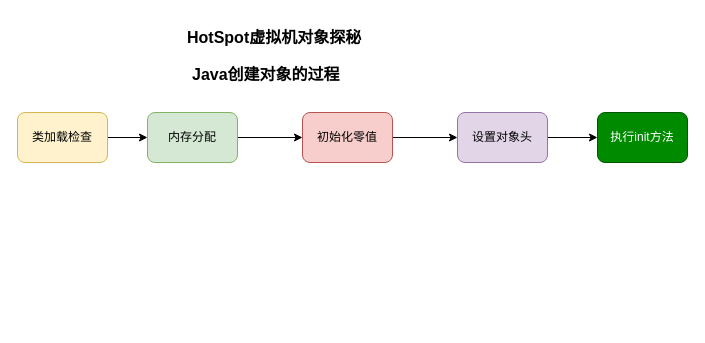
This is java中new对象的执行流程.drawio from keke0007/drawio, a draw.io file, before an edit. Source tidied: cells renumbered, new cells numbered last; positions are measured from the earlier drawing's top-left corner, leaving out a move shared by most shapes. Both pictures are drawn from the tidied source at 100%, with x=0, y=0 at pixel (17, 25).
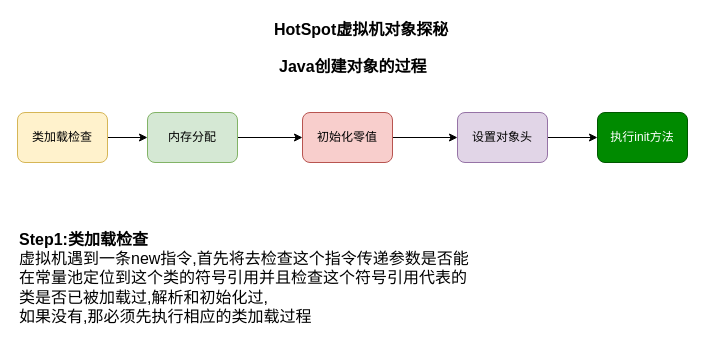
The same diagram, later.

Commit message (it also covers changes not shown here):
更新java中new对象的执行流程.drawio

Diff of the diagram source:
```diff
@@
 <mxGraphModel>
   <root>
     <mxCell id="0" />
     <mxCell id="1" parent="0" />
     <mxCell id="2" value="&lt;span style=&quot;font-size: 16px;&quot;&gt;HotSpot虚拟机对象探秘&lt;/span&gt;" style="text;html=1;align=left;verticalAlign=top;spacingTop=-4;fontStyle=1;fontSize=16;" parent="1" vertex="1">
-      <mxGeometry x="168" width="150" height="20" as="geometry" />
+      <mxGeometry x="255" y="-8.5" width="150" height="20" as="geometry" />
     </mxCell>
     <mxCell id="3" value="&lt;b style=&quot;font-size: 16px;&quot;&gt;Java创建对象的过程&lt;/b&gt;" style="text;html=1;align=left;verticalAlign=top;spacingTop=-4;fontSize=16;" parent="1" vertex="1">
-      <mxGeometry x="173" y="37" width="130" height="20" as="geometry" />
+      <mxGeometry x="260" y="28.5" width="130" height="20" as="geometry" />
     </mxCell>
     <mxCell id="4" style="edgeStyle=orthogonalEdgeStyle;rounded=0;jettySize=auto;html=1;" parent="1" edge="1" source="5" target="7">
       <mxGeometry relative="1" as="geometry" />
     </mxCell>
     <mxCell id="5" value="类加载检查" style="rounded=1;whiteSpace=wrap;html=1;labelBackgroundColor=none;fillColor=#fff2cc;strokeColor=#d6b656;" parent="1" vertex="1">
       <mxGeometry y="87" width="90" height="50" as="geometry" />
     </mxCell>
     <mxCell id="6" style="edgeStyle=orthogonalEdgeStyle;rounded=0;jettySize=auto;html=1;" parent="1" edge="1" source="7" target="9">
       <mxGeometry relative="1" as="geometry" />
     </mxCell>
     <mxCell id="7" value="内存分配" style="rounded=1;whiteSpace=wrap;html=1;fillColor=#d5e8d4;strokeColor=#82b366;" parent="1" vertex="1">
       <mxGeometry x="130" y="87" width="90" height="50" as="geometry" />
     </mxCell>
     <mxCell id="8" style="edgeStyle=orthogonalEdgeStyle;rounded=0;jettySize=auto;html=1;" parent="1" edge="1" source="9" target="11">
       <mxGeometry relative="1" as="geometry" />
     </mxCell>
     <mxCell id="9" value="初始化零值" style="rounded=1;whiteSpace=wrap;html=1;fillColor=#f8cecc;strokeColor=#b85450;" parent="1" vertex="1">
       <mxGeometry x="285" y="87" width="90" height="50" as="geometry" />
     </mxCell>
     <mxCell id="10" style="edgeStyle=orthogonalEdgeStyle;rounded=0;jettySize=auto;html=1;" parent="1" edge="1" source="11" target="12">
       <mxGeometry relative="1" as="geometry" />
     </mxCell>
     <mxCell id="11" value="设置对象头" style="rounded=1;whiteSpace=wrap;html=1;fillColor=#e1d5e7;strokeColor=#9673a6;" parent="1" vertex="1">
       <mxGeometry x="440" y="87" width="90" height="50" as="geometry" />
     </mxCell>
     <mxCell id="12" value="执行init方法" style="rounded=1;whiteSpace=wrap;html=1;fillColor=#008a00;strokeColor=#005700;fontColor=#ffffff;" parent="1" vertex="1">
       <mxGeometry x="580" y="87" width="90" height="50" as="geometry" />
     </mxCell>
+    <mxCell id="13" value="&lt;b&gt;Step1:类加载检查&lt;/b&gt;&lt;br&gt;虚拟机遇到一条new指令,首先将去检查这个指令传递参数是否能&lt;br&gt;在常量池定位到这个类的符号引用并且检查这个符号引用代表的&lt;br&gt;类是否已被加载过,解析和初始化过,&lt;br&gt;如果没有,那必须先执行相应的类加载过程&lt;br&gt;" style="text;html=1;align=left;verticalAlign=top;spacingTop=-4;fontSize=16;" parent="1" vertex="1">
+      <mxGeometry y="201.5" width="470" height="90" as="geometry" />
+    </mxCell>
   </root>
 </mxGraphModel>
```
